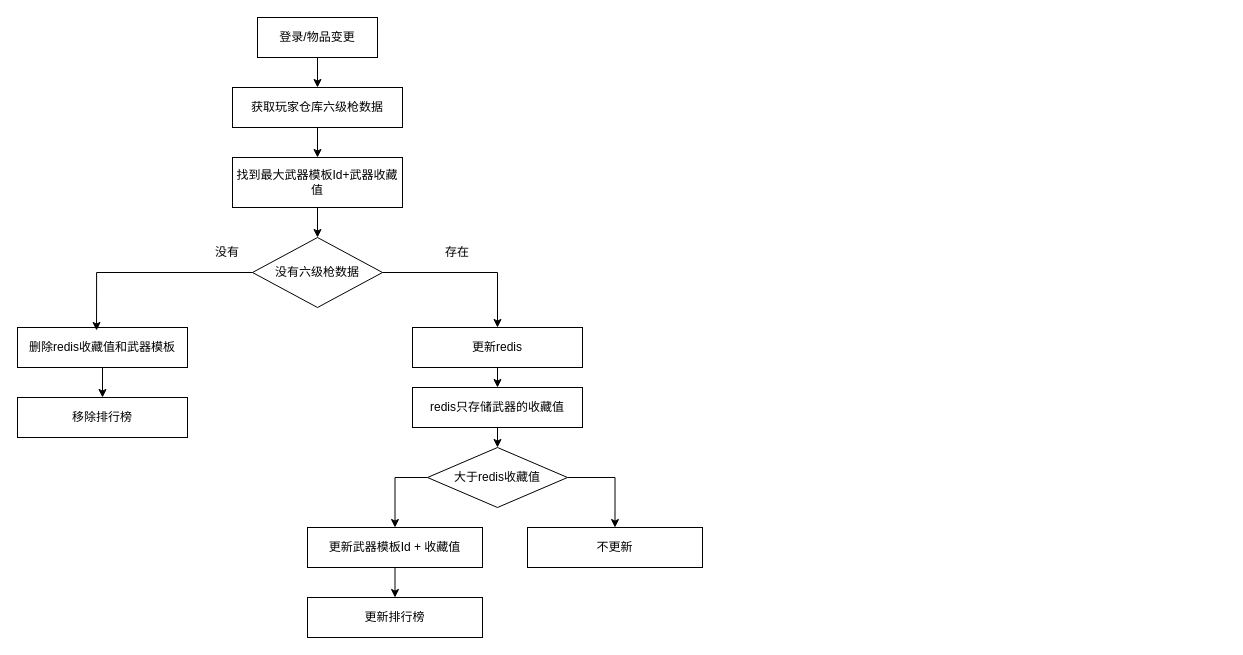
Before: SSJJ2/SSJJ2武器洗练排行榜.drawio in Ordertiny/graph, a draw.io diagram. Source tidied: cells renumbered, new cells numbered last; positions are measured from the earlier drawing's top-left corner, leaving out a move shared by most shapes. Both pictures are drawn from the tidied source at 100%, with x=0, y=0 at pixel (17, 17).
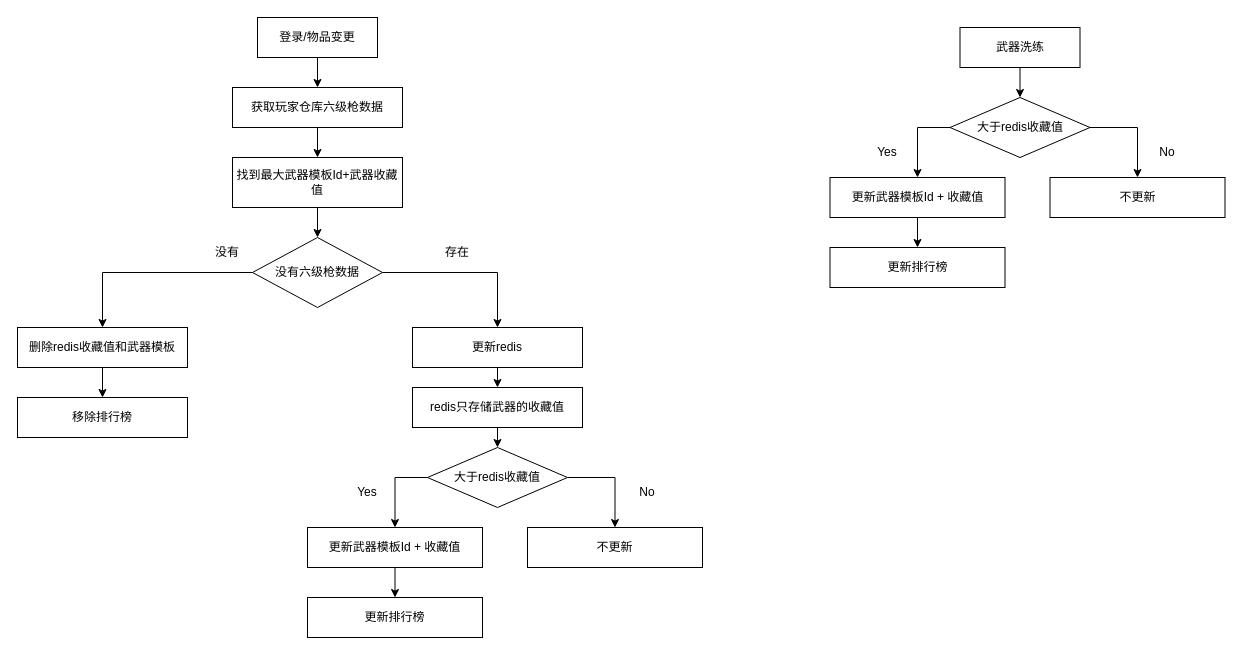
Above is the later version.

Commit message (it also covers changes not shown here):
更新SSJJ2武器洗练排行榜.drawio

The change refers to these unchanged cells:
```xml
<mxCell id="20" value="没有六级枪数据" style="rhombus;whiteSpace=wrap;html=1;" parent="1" vertex="1">
  <mxGeometry x="235" y="220" width="130" height="70" as="geometry" />
</mxCell>
<mxCell id="22" value="删除redis收藏值和武器模板" style="rounded=0;whiteSpace=wrap;html=1;" parent="1" vertex="1">
  <mxGeometry y="310" width="170" height="40" as="geometry" />
</mxCell>
```

Diff of the diagram source:
```diff
@@
-    <mxCell id="24" style="edgeStyle=orthogonalEdgeStyle;rounded=0;jettySize=auto;html=1;exitX=0;exitY=0.5;exitDx=0;exitDy=0;entryX=0.465;entryY=0.075;entryDx=0;entryDy=0;entryPerimeter=0;" parent="1" edge="1" source="20" target="22">
+    <mxCell id="24" style="edgeStyle=orthogonalEdgeStyle;rounded=0;jettySize=auto;html=1;exitX=0;exitY=0.5;exitDx=0;exitDy=0;entryX=0.5;entryY=0;entryDx=0;entryDy=0;" parent="1" edge="1" source="20" target="22">
       <mxGeometry relative="1" as="geometry" />
     </mxCell>
@@
+    <mxCell id="27" style="edgeStyle=orthogonalEdgeStyle;rounded=0;jettySize=auto;html=1;exitX=0.5;exitY=1;exitDx=0;exitDy=0;entryX=0.5;entryY=0;entryDx=0;entryDy=0;" parent="1" edge="1" source="28" target="31">
+      <mxGeometry relative="1" as="geometry" />
+    </mxCell>
+    <mxCell id="28" value="武器洗练" style="rounded=0;whiteSpace=wrap;html=1;" parent="1" vertex="1">
+      <mxGeometry x="942.5" y="10" width="120" height="40" as="geometry" />
+    </mxCell>
+    <mxCell id="29" style="edgeStyle=orthogonalEdgeStyle;rounded=0;jettySize=auto;html=1;exitX=0;exitY=0.5;exitDx=0;exitDy=0;entryX=0.5;entryY=0;entryDx=0;entryDy=0;" parent="1" edge="1" source="31" target="33">
+      <mxGeometry relative="1" as="geometry" />
+    </mxCell>
+    <mxCell id="30" style="edgeStyle=orthogonalEdgeStyle;rounded=0;jettySize=auto;html=1;exitX=1;exitY=0.5;exitDx=0;exitDy=0;entryX=0.5;entryY=0;entryDx=0;entryDy=0;" parent="1" edge="1" source="31" target="34">
+      <mxGeometry relative="1" as="geometry" />
+    </mxCell>
+    <mxCell id="31" value="大于redis收藏值" style="rhombus;whiteSpace=wrap;html=1;" parent="1" vertex="1">
+      <mxGeometry x="932.5" y="80" width="140" height="60" as="geometry" />
+    </mxCell>
+    <mxCell id="32" style="edgeStyle=orthogonalEdgeStyle;rounded=0;jettySize=auto;html=1;exitX=0.5;exitY=1;exitDx=0;exitDy=0;entryX=0.5;entryY=0;entryDx=0;entryDy=0;" parent="1" edge="1" source="33" target="35">
+      <mxGeometry relative="1" as="geometry" />
+    </mxCell>
+    <mxCell id="33" value="更新武器模板Id + 收藏值" style="rounded=0;whiteSpace=wrap;html=1;" parent="1" vertex="1">
+      <mxGeometry x="812.5" y="160" width="175" height="40" as="geometry" />
+    </mxCell>
+    <mxCell id="34" value="不更新" style="rounded=0;whiteSpace=wrap;html=1;" parent="1" vertex="1">
+      <mxGeometry x="1032.5" y="160" width="175" height="40" as="geometry" />
+    </mxCell>
+    <mxCell id="35" value="更新排行榜" style="rounded=0;whiteSpace=wrap;html=1;" parent="1" vertex="1">
+      <mxGeometry x="812.5" y="230" width="175" height="40" as="geometry" />
+    </mxCell>
+    <mxCell id="36" value="No" style="text;html=1;whiteSpace=wrap;strokeColor=none;fillColor=none;align=center;verticalAlign=middle;rounded=0;" parent="1" vertex="1">
+      <mxGeometry x="600" y="460" width="60" height="30" as="geometry" />
+    </mxCell>
+    <mxCell id="37" value="Yes" style="text;html=1;whiteSpace=wrap;strokeColor=none;fillColor=none;align=center;verticalAlign=middle;rounded=0;" parent="1" vertex="1">
+      <mxGeometry x="320" y="460" width="60" height="30" as="geometry" />
+    </mxCell>
+    <mxCell id="38" value="Yes" style="text;html=1;whiteSpace=wrap;strokeColor=none;fillColor=none;align=center;verticalAlign=middle;rounded=0;" parent="1" vertex="1">
+      <mxGeometry x="840" y="120" width="60" height="30" as="geometry" />
+    </mxCell>
+    <mxCell id="39" value="No" style="text;html=1;whiteSpace=wrap;strokeColor=none;fillColor=none;align=center;verticalAlign=middle;rounded=0;" parent="1" vertex="1">
+      <mxGeometry x="1120" y="120" width="60" height="30" as="geometry" />
+    </mxCell>
```
